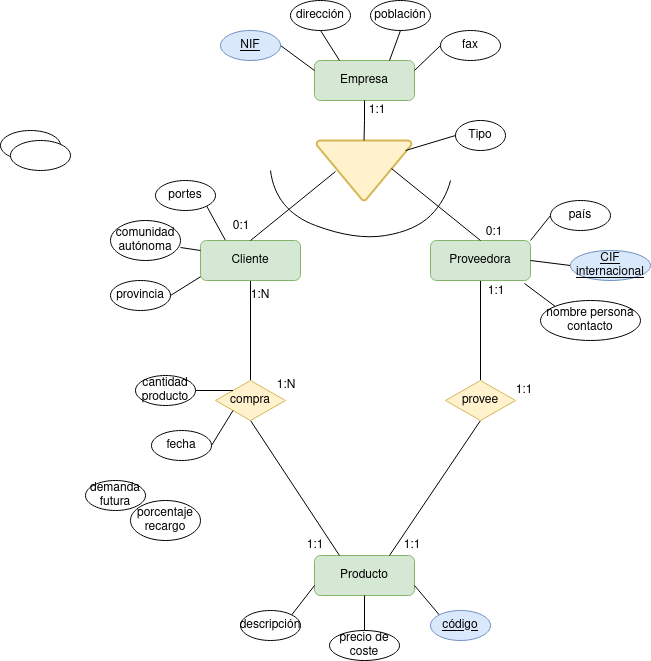
LuisMGlez/base-datos keeps this draw.io diagram as Unidad-1/Tareas/Tareas-evaluables/Tarea-evaluable-4/tarea-evaluable-4.drawio.png. Above is the earlier version. Source tidied: cells renumbered, new cells last; positions are measured from the earlier drawing's top-left corner, leaving out a move shared by most shapes.
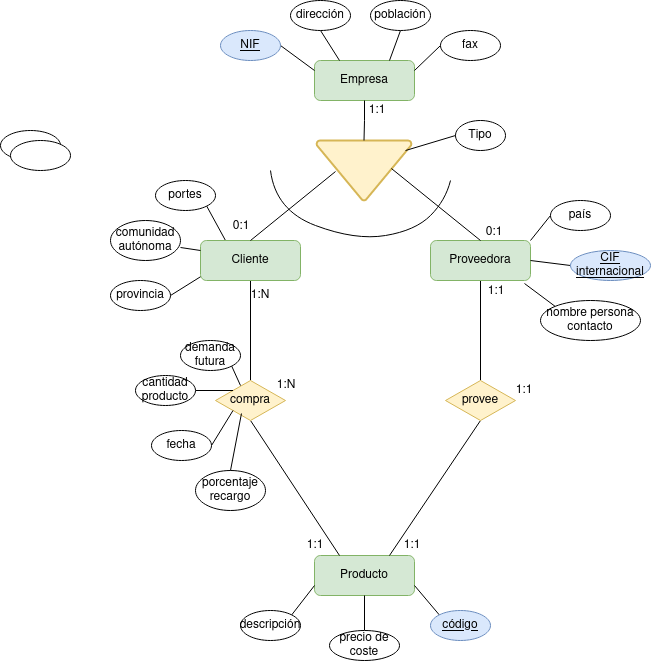
The same file after the commit.

What changed in the source:
```diff
@@ -158,10 +158,10 @@
       <mxGeometry x="494" y="375" width="60" height="30" as="geometry" />
     </mxCell>
     <mxCell id="50" value="porcentaje recargo" style="ellipse;whiteSpace=wrap;html=1;" parent="1" vertex="1">
-      <mxGeometry x="130" y="500" width="70" height="40" as="geometry" />
+      <mxGeometry x="195" y="470" width="70" height="40" as="geometry" />
     </mxCell>
     <mxCell id="51" value="demanda futura" style="ellipse;whiteSpace=wrap;html=1;" parent="1" vertex="1">
-      <mxGeometry x="85" y="480" width="60" height="30" as="geometry" />
+      <mxGeometry x="180" y="340" width="60" height="30" as="geometry" />
     </mxCell>
     <mxCell id="52" style="edgeStyle=orthogonalEdgeStyle;rounded=0;jettySize=auto;html=1;exitX=1;exitY=0.5;exitDx=0;exitDy=0;entryX=0;entryY=0;entryDx=0;entryDy=0;endArrow=none;endFill=0;" parent="1" edge="1" source="53" target="18">
       <mxGeometry relative="1" as="geometry" />
@@ -193,5 +193,11 @@
     <mxCell id="61" value="1:N" style="text;strokeColor=none;align=center;fillColor=none;html=1;verticalAlign=middle;whiteSpace=wrap;rounded=0;" parent="1" vertex="1">
       <mxGeometry x="256" y="370" width="60" height="30" as="geometry" />
     </mxCell>
+    <mxCell id="62" style="rounded=0;jettySize=auto;html=1;exitX=0.5;exitY=0;exitDx=0;exitDy=0;entryX=0.371;entryY=0.825;entryDx=0;entryDy=0;entryPerimeter=0;endArrow=none;endFill=0;" parent="1" edge="1" source="50" target="18">
+      <mxGeometry relative="1" as="geometry" />
+    </mxCell>
+    <mxCell id="63" style="rounded=0;jettySize=auto;html=1;exitX=1;exitY=1;exitDx=0;exitDy=0;entryX=0.357;entryY=0.125;entryDx=0;entryDy=0;entryPerimeter=0;endArrow=none;endFill=0;" parent="1" edge="1" source="51" target="18">
+      <mxGeometry relative="1" as="geometry" />
+    </mxCell>
   </root>
 </mxGraphModel>
```
